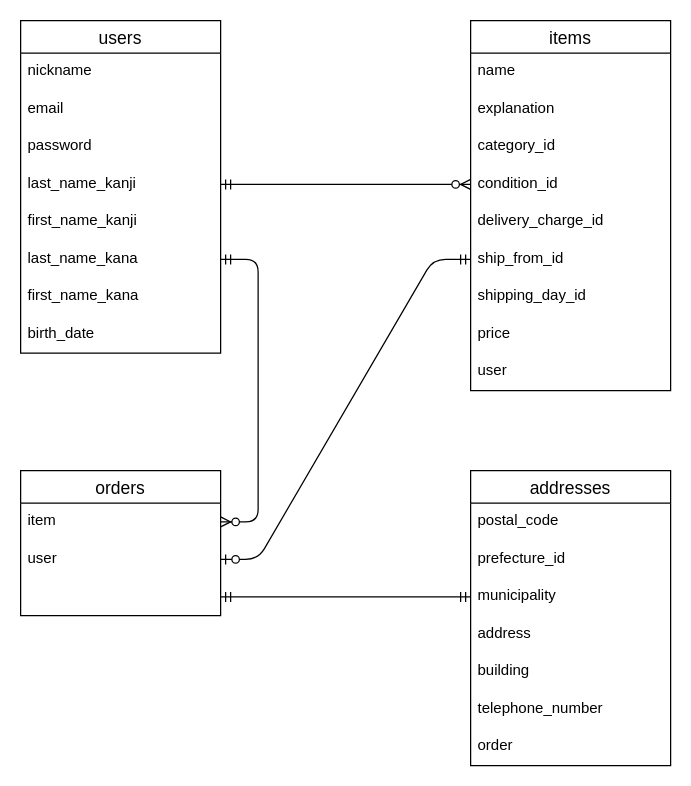
Before: furima.dio in yun814/furima-37940, a draw.io diagram. Source tidied: cells renumbered, new cells numbered last; positions are measured from the earlier drawing's top-left corner, leaving out a move shared by most shapes. Both pictures are drawn from the tidied source at 125%, with x=0, y=0 at pixel (20, 20).
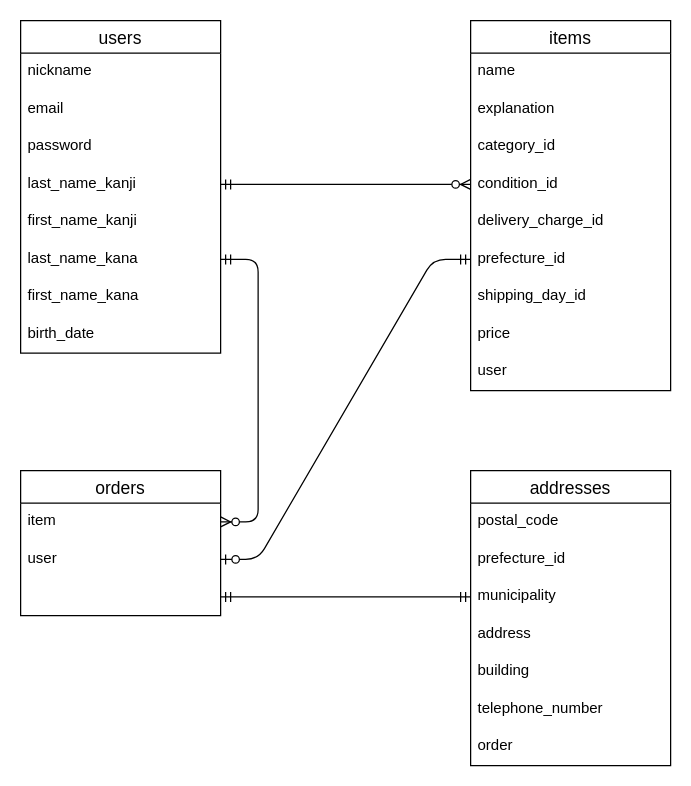
Above is the later version.

The change refers to these unchanged cells:
```xml
<mxCell id="11" value="items" style="swimlane;fontStyle=0;horizontal=1;startSize=26;align=center;fontSize=14;" parent="1" vertex="1">
  <mxGeometry x="360" width="160" height="296" as="geometry" />
</mxCell>
```

Diff of the diagram source:
```diff
@@
-    <mxCell id="17" value="ship_from_id" style="text;strokeColor=none;fillColor=none;spacingLeft=4;spacingRight=4;overflow=hidden;points=[[0,0.5],[1,0.5]];portConstraint=eastwest;fontSize=12;" parent="11" vertex="1">
+    <mxCell id="17" value="prefecture_id" style="text;strokeColor=none;fillColor=none;spacingLeft=4;spacingRight=4;overflow=hidden;points=[[0,0.5],[1,0.5]];portConstraint=eastwest;fontSize=12;" parent="11" vertex="1">
       <mxGeometry y="176" width="160" height="30" as="geometry" />
     </mxCell>
```
